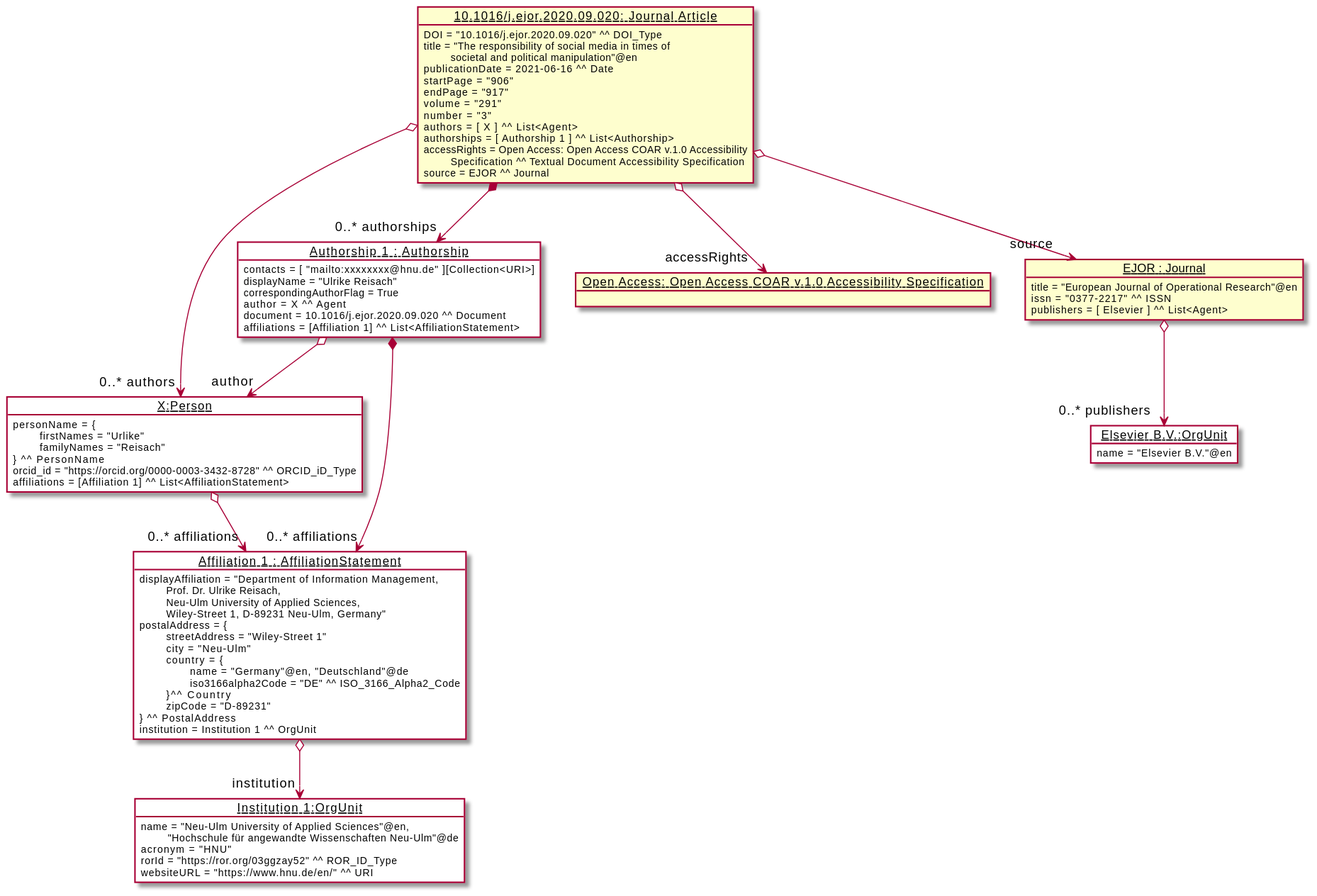
Before: diagrams/example.svg, a diagram exported from PlantUML (EuroCRIS/CERIF-ScholarlyPublicationsModule).
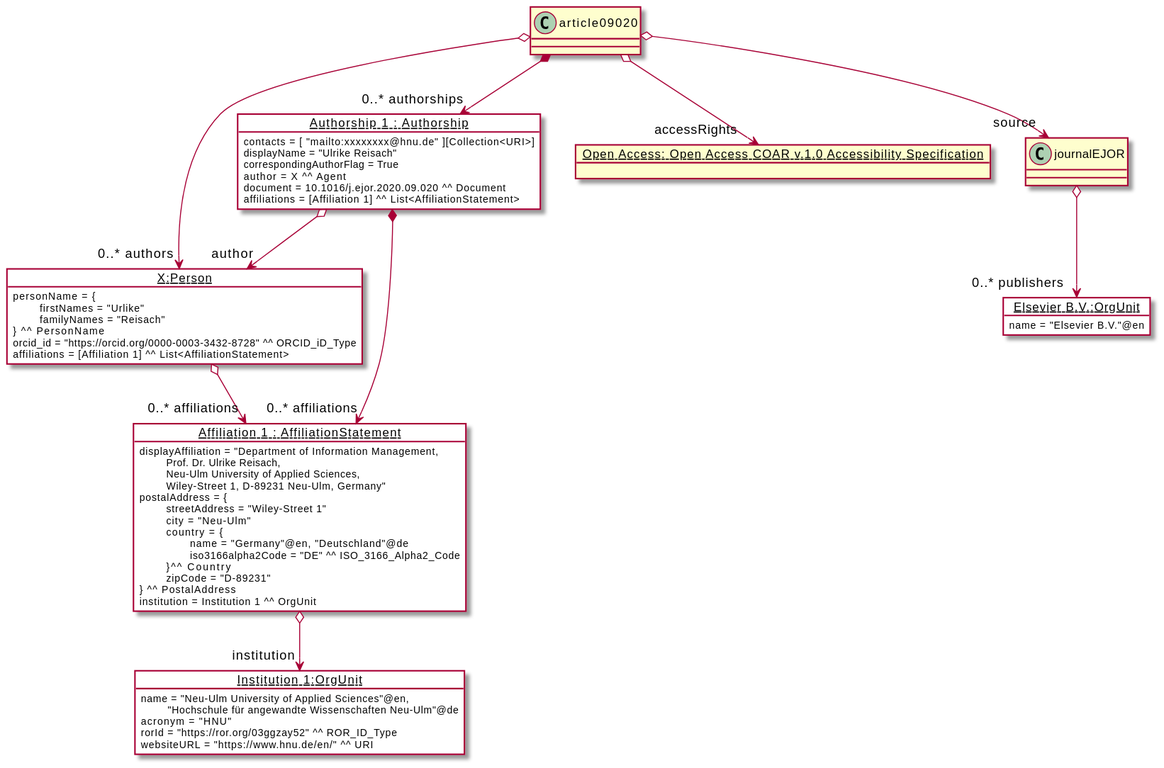
After the commit.

Diff of the diagram source:
```diff
@@ -4,36 +4,44 @@
     !include ../../CERIF-Core/diagrams/example.puml
 
     !startsub module
-    object "<u>Open Access: Open Access COAR v.1.0 Accessibility Specification</u>" as OpenAccess
+        object "<u>Open Access: Open Access COAR v.1.0 Accessibility Specification</u>" as OpenAccess
 
-     object "<u>EJOR : Journal</u>" as journalEJOR {
-                title = "European Journal of Operational Research"@en
-                issn = "0377-2217" ^^ ISSN
-                publishers = [ Elsevier ] ^^ List<Agent>
-            }
+        object "<u>EJOR : Journal</u>" as journalEJOR {
+            title = "European Journal of Operational Research"@en
+            issn = "0377-2217" ^^ ISSN
+            publishers = [ Elsevier ] ^^ List<Agent>
+        }
 
-    object "<u>10.1016/j.ejor.2020.09.020: Journal Article</u>" as article09020 {
-        	    DOI = "10.1016/j.ejor.2020.09.020" ^^ DOI_Type
-                title = "The responsibility of social media in times of
-                \t societal and political manipulation"@en
-                publicationDate = 2021-06-16 ^^ Date
-                startPage = "906"
-                endPage = "917"
-                volume = "291"
-                number = "3"
-                authors = [ X ] ^^ List<Agent>
-                authorships = [ Authorship 1 ] ^^ List<Authorship>
-                accessRights = Open Access: Open Access COAR v.1.0 Accessibility
-                \t Specification ^^ Textual Document Accessibility Specification
-                source = EJOR ^^ Journal
-        	}
-
-
-    journalEJOR o-->  "0..* publishers" Elsevier
-    article09020 o--> "source" journalEJOR
-    article09020 o--> "accessRights" OpenAccess
-    article09020 *--> "0..* authorships" Aut1
-    article09020 o--> "0..* authors" X
+        object "<u>10.1016/j.ejor.2020.09.020: Journal Article</u>" as article09020 {
+            DOI = "10.1016/j.ejor.2020.09.020" ^^ DOI_Type
+            title = "The responsibility of social media in times of
+            \t societal and political manipulation"@en
+            publicationDate = 2021-06-16 ^^ Date
+            startPage = "906"
+            endPage = "917"
+            volume = "291"
+            number = "3"
+            authors = [ X ] ^^ List<Agent>
+            authorships = [ Authorship 1 ] ^^ List<Authorship>
+            accessRights = Open Access: Open Access COAR v.1.0 Accessibility
+            \t Specification ^^ Textual Document Accessibility Specification
+            source = EJOR ^^ Journal
+        }
+    !endsub
+    !startsub module
+        journalEJOR o-->  "0..* publishers" Elsevier
+    !endsub
+    !startsub module
+        article09020 o--> "source" journalEJOR
+    !endsub
+    !startsub module
+        article09020 o--> "accessRights" OpenAccess
+    !endsub
+    !startsub module
+        article09020 *--> "0..* authorships" Aut1
+    !endsub
+    !startsub module
+        article09020 o--> "0..* authors" X
     !endsub
 
 @enduml
```
